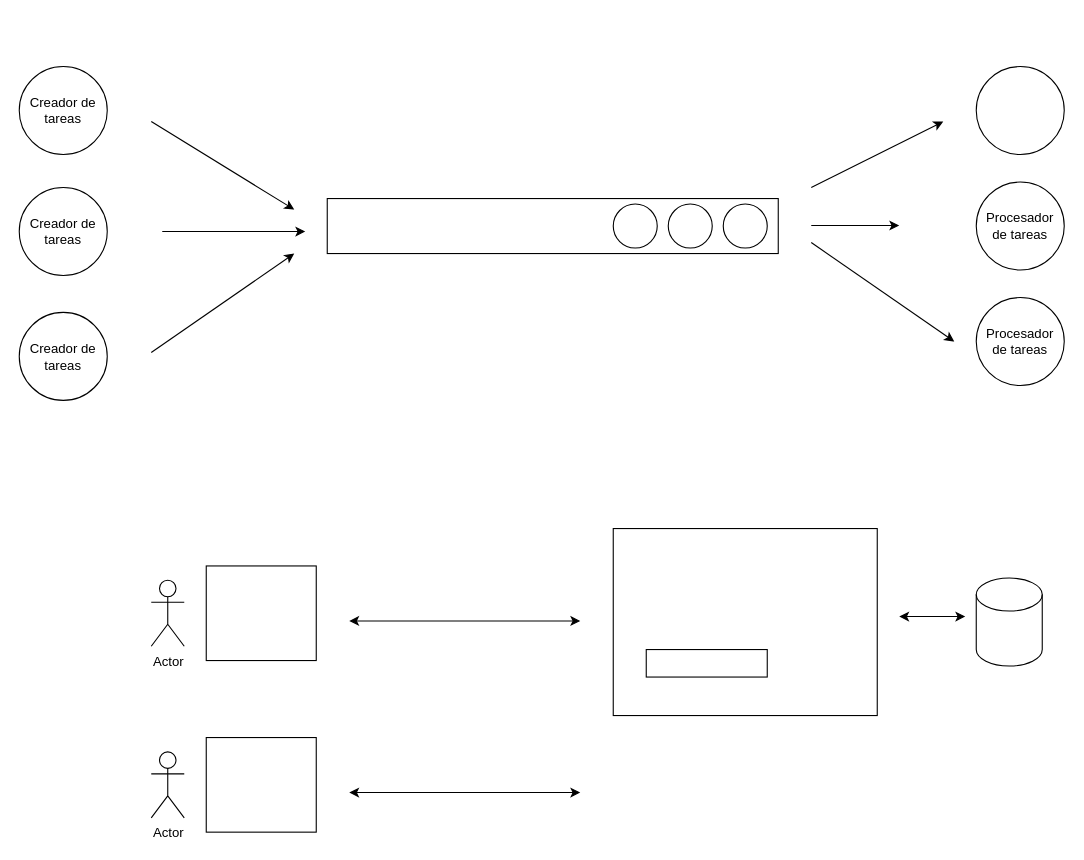
Earlier version of the draw.io diagram page "Page-1" (1 of 46) of diagramas.drawio (almoril00/MEAN). Source tidied: cells renumbered, new cells numbered last; positions are measured from the earlier drawing's top-left corner, leaving out a move shared by most shapes. Both pictures are drawn from the tidied source at 110%, with x=0, y=0 at pixel (19, 66).
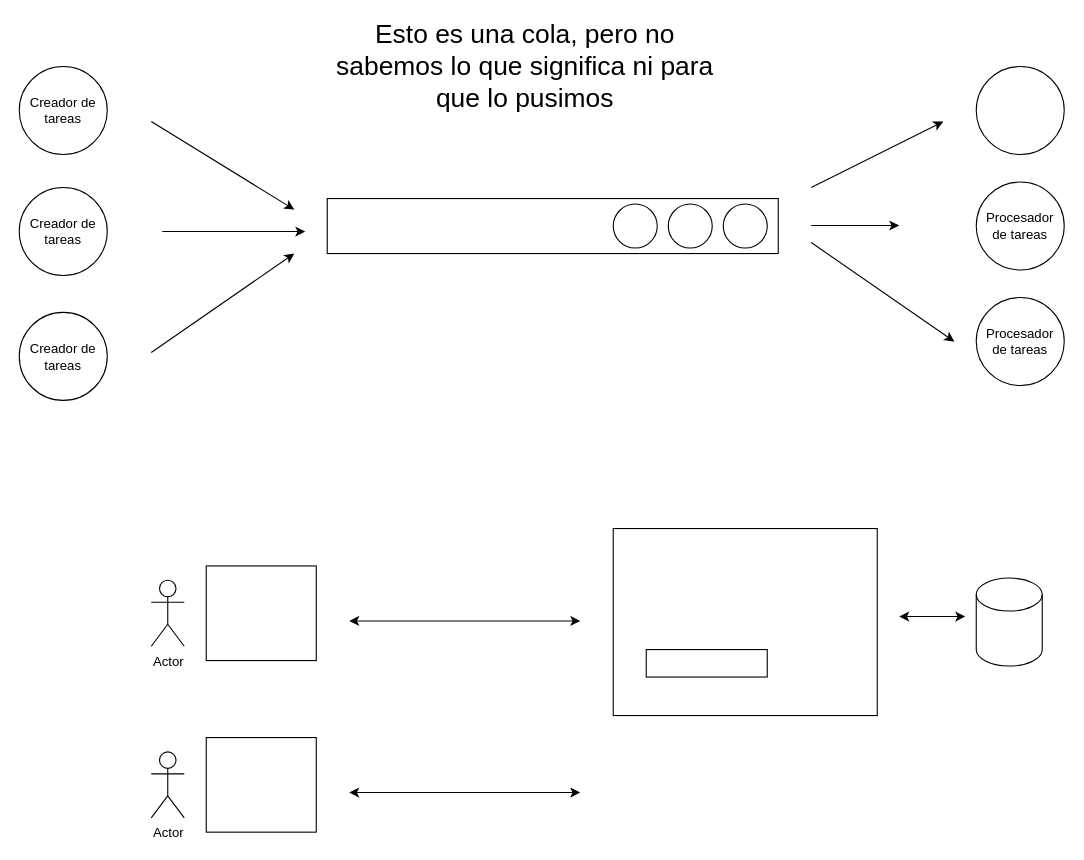
After the change.

What changed in the source:
```diff
@@
+    <mxCell id="28" value="&lt;font style=&quot;font-size: 24px&quot;&gt;Esto es una cola, pero no sabemos lo que significa ni para que lo pusimos&lt;/font&gt;" style="text;html=1;strokeColor=none;fillColor=none;align=center;verticalAlign=middle;whiteSpace=wrap;rounded=0;" parent="1" vertex="1">
+      <mxGeometry x="280" y="-10" width="360" height="20" as="geometry" />
+    </mxCell>
```
